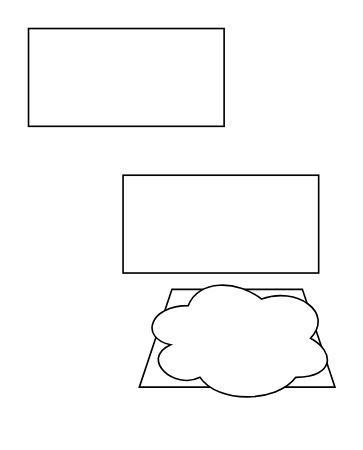
This is architecture/Subscriptions Manager App Architecture Diagram.drawio from karateka-git/subscriptions-manager, a draw.io file, before an edit. Source tidied: cells renumbered, new cells numbered last; positions are measured from the earlier drawing's top-left corner, leaving out a move shared by most shapes. Both pictures are drawn from the tidied source at 163%, with x=0, y=0 at pixel (28, 28).
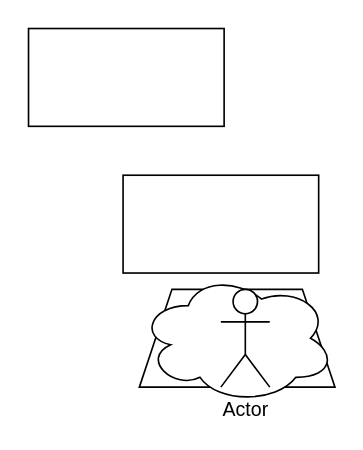
Above is the later version.

The edit, as a diff of the source:
```diff
@@
 <mxGraphModel>
   <root>
     <mxCell id="0" />
     <mxCell id="1" parent="0" />
     <mxCell id="2" style="rounded=0;whiteSpace=wrap;html=1;" parent="1" vertex="1">
       <mxGeometry x="58" y="90" width="120" height="60" as="geometry" />
     </mxCell>
     <mxCell id="3" style="rounded=0;whiteSpace=wrap;html=1;" parent="1" vertex="1">
       <mxGeometry width="120" height="60" as="geometry" />
     </mxCell>
     <mxCell id="4" style="shape=trapezoid;perimeter=trapezoidPerimeter;whiteSpace=wrap;html=1;fixedSize=1;" parent="1" vertex="1">
       <mxGeometry x="68" y="160" width="120" height="60" as="geometry" />
     </mxCell>
     <mxCell id="5" style="ellipse;shape=cloud;whiteSpace=wrap;html=1;" parent="1" vertex="1">
       <mxGeometry x="68" y="150" width="120" height="80" as="geometry" />
     </mxCell>
+    <mxCell id="6" value="Actor" style="shape=umlActor;verticalLabelPosition=bottom;verticalAlign=top;html=1;" parent="1" vertex="1">
+      <mxGeometry x="118" y="160" width="30" height="60" as="geometry" />
+    </mxCell>
   </root>
 </mxGraphModel>
```
